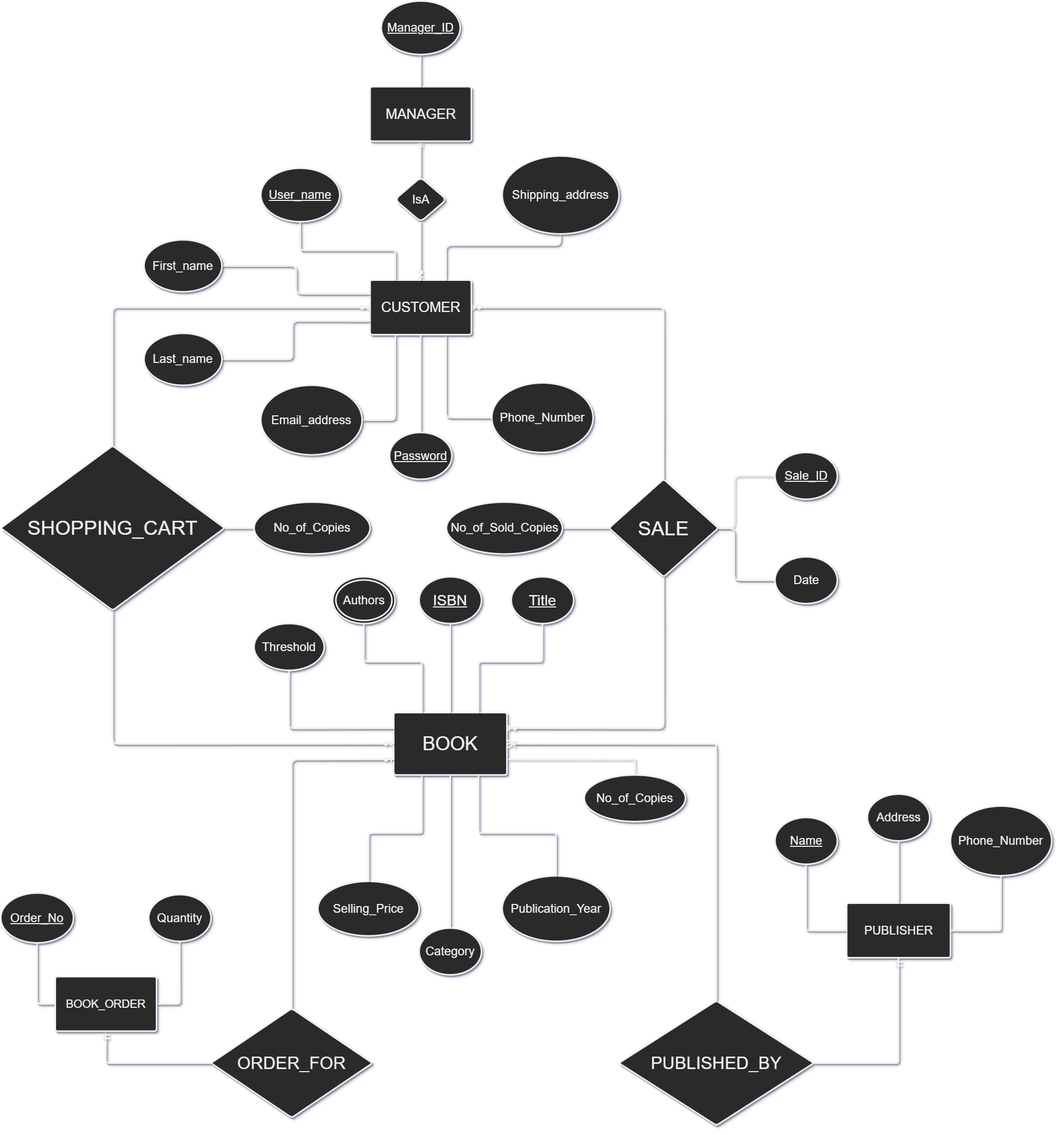
Before: ERD.png, a diagram exported from draw.io (MarwanAshrafGouda/BookOrderProcessingSystem). Source tidied: cells renumbered, new cells last; positions are measured from the earlier drawing's top-left corner, leaving out a move shared by most shapes.
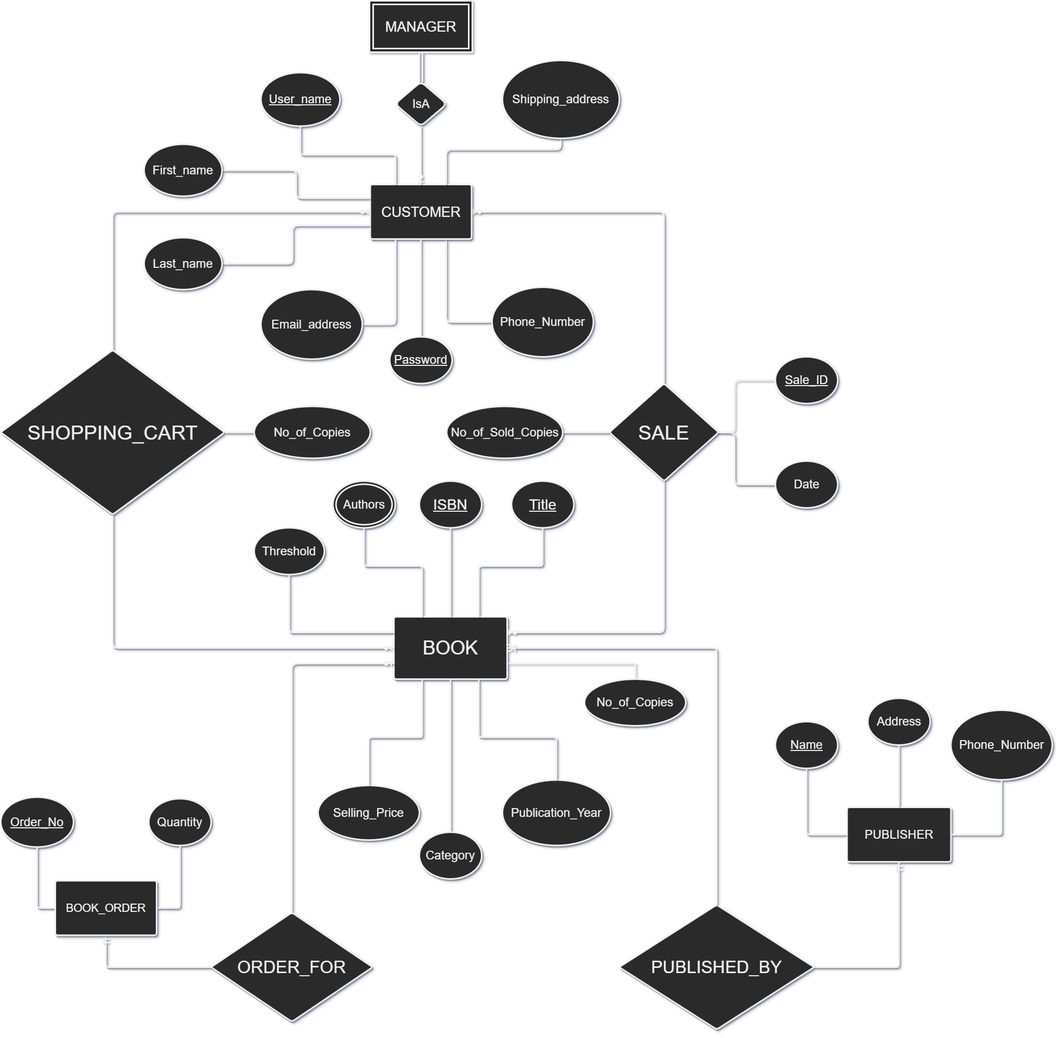
Later version of the same file.

The edit, as a diff of the source:
```diff
@@ -255,18 +255,9 @@
     <mxCell id="56" value="BOOK_ORDER" style="html=1;overflow=block;blockSpacing=1;whiteSpace=wrap;whiteSpace=wrap;fontSize=21.7;spacing=3.8;strokeOpacity=100;absoluteArcSize=1;arcSize=9;strokeWidth=3;fontFamily=Helvetica;labelBackgroundColor=none;labelBorderColor=none;shadow=1;rounded=1;" parent="1" vertex="1">
       <mxGeometry x="105" y="1878.5" width="195" height="105" as="geometry" />
     </mxCell>
-    <mxCell id="57" style="edgeStyle=orthogonalEdgeStyle;jettySize=auto;html=1;endArrow=ERmandOne;endFill=0;strokeWidth=3;exitX=0.5;exitY=0;exitDx=0;exitDy=0;shadow=1;entryX=0.5;entryY=1;entryDx=0;entryDy=0;" parent="1" edge="1" source="62" target="58">
+    <mxCell id="57" style="edgeStyle=orthogonalEdgeStyle;jettySize=auto;html=1;endArrow=ERmandOne;endFill=0;strokeWidth=3;exitX=0.5;exitY=0;exitDx=0;exitDy=0;shadow=1;entryX=0.5;entryY=1;entryDx=0;entryDy=0;shape=link;" parent="1" edge="1" source="62" target="58">
       <mxGeometry relative="1" as="geometry" />
     </mxCell>
-    <mxCell id="58" value="MANAGER" style="html=1;overflow=block;blockSpacing=1;whiteSpace=wrap;whiteSpace=wrap;fontSize=26.7;spacing=3.8;strokeOpacity=100;absoluteArcSize=1;arcSize=9;strokeWidth=3;fontFamily=Helvetica;labelBackgroundColor=none;labelBorderColor=none;shadow=1;rounded=1;" parent="1" vertex="1">
-      <mxGeometry x="711.5" y="164.5" width="195" height="105" as="geometry" />
-    </mxCell>
-    <mxCell id="59" style="edgeStyle=orthogonalEdgeStyle;jettySize=auto;html=1;entryX=0.5;entryY=0;entryDx=0;entryDy=0;endArrow=none;endFill=0;strokeWidth=3;shadow=1;exitX=0.5;exitY=1;exitDx=0;exitDy=0;" parent="1" edge="1" source="60" target="58">
-      <mxGeometry relative="1" as="geometry" />
-    </mxCell>
-    <mxCell id="60" value="Manager_ID" style="html=1;overflow=block;blockSpacing=1;whiteSpace=wrap;ellipse;whiteSpace=wrap;fontSize=23.3;fontStyle=4;spacing=3.8;strokeOpacity=100;absoluteArcSize=1;arcSize=9;strokeWidth=3;fontFamily=Helvetica;labelBackgroundColor=none;labelBorderColor=none;shadow=1;rounded=1;" parent="1" vertex="1">
-      <mxGeometry x="733" y="-0.5" width="152" height="103" as="geometry" />
-    </mxCell>
     <mxCell id="61" style="edgeStyle=orthogonalEdgeStyle;jettySize=auto;html=1;endArrow=ERzeroToOne;endFill=1;entryX=0.5;entryY=0;entryDx=0;entryDy=0;strokeWidth=3;shadow=1;exitX=0.5;exitY=1;exitDx=0;exitDy=0;exitPerimeter=0;" parent="1" edge="1" source="62" target="35">
       <mxGeometry relative="1" as="geometry" />
     </mxCell>
@@ -305,5 +296,8 @@
     <mxCell id="71" value="&lt;u&gt;Sale_ID&lt;/u&gt;" style="html=1;overflow=block;blockSpacing=1;whiteSpace=wrap;ellipse;whiteSpace=wrap;fontSize=23.3;spacing=3.8;strokeOpacity=100;absoluteArcSize=1;arcSize=9;strokeWidth=3;fontFamily=Helvetica;labelBackgroundColor=none;labelBorderColor=none;shadow=1;rounded=1;" parent="1" vertex="1">
       <mxGeometry x="1491.5" y="869" width="120" height="90" as="geometry" />
     </mxCell>
+    <mxCell id="58" value="&lt;span style=&quot;font-size: 27px&quot;&gt;MANAGER&lt;/span&gt;" style="shape=ext;margin=3;double=1;whiteSpace=wrap;html=1;align=center;strokeWidth=3;" parent="1" vertex="1">
+      <mxGeometry x="710" y="183" width="198" height="99" as="geometry" />
+    </mxCell>
   </root>
 </mxGraphModel>
```
